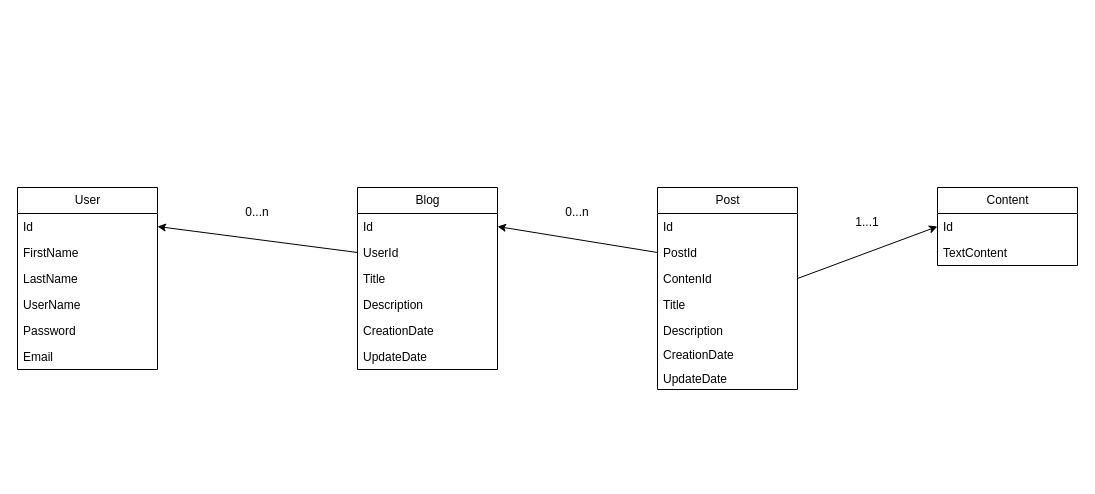
The draw.io diagram backend/database_schema.drawio in jlcastillog/BlogFlow, before the edit. Source tidied: cells renumbered, new cells numbered last; positions are measured from the earlier drawing's top-left corner, leaving out a move shared by most shapes. Both pictures are drawn from the tidied source at 100%, with x=0, y=0 at pixel (17, 187).
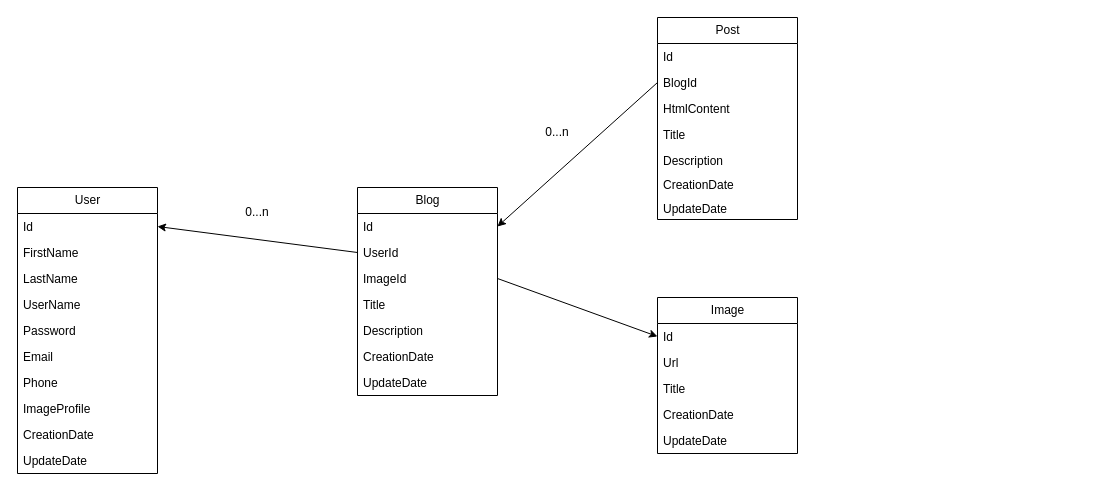
Above is the later version.

Commit message:
doc: update database schema documentation

The edit, as a diff of the source:
```diff
@@
     <mxCell id="2" value="User" style="swimlane;fontStyle=0;horizontal=1;startSize=26;fillColor=none;html=1;" parent="1" vertex="1">
-      <mxGeometry width="140" height="182" as="geometry" />
+      <mxGeometry width="140" height="286" as="geometry" />
     </mxCell>
@@
+    <mxCell id="33" value="Phone" style="text;strokeColor=none;fillColor=none;align=left;verticalAlign=top;spacingLeft=4;spacingRight=4;overflow=hidden;whiteSpace=wrap;html=1;" parent="2" vertex="1">
+      <mxGeometry y="182" width="140" height="26" as="geometry" />
+    </mxCell>
+    <mxCell id="34" value="ImageProfile" style="text;strokeColor=none;fillColor=none;align=left;verticalAlign=top;spacingLeft=4;spacingRight=4;overflow=hidden;whiteSpace=wrap;html=1;" parent="2" vertex="1">
+      <mxGeometry y="208" width="140" height="26" as="geometry" />
+    </mxCell>
+    <mxCell id="35" value="CreationDate" style="text;strokeColor=none;fillColor=none;align=left;verticalAlign=top;spacingLeft=4;spacingRight=4;overflow=hidden;whiteSpace=wrap;html=1;" parent="2" vertex="1">
+      <mxGeometry y="234" width="140" height="26" as="geometry" />
+    </mxCell>
+    <mxCell id="36" value="UpdateDate" style="text;strokeColor=none;fillColor=none;align=left;verticalAlign=top;spacingLeft=4;spacingRight=4;overflow=hidden;whiteSpace=wrap;html=1;" parent="2" vertex="1">
+      <mxGeometry y="260" width="140" height="26" as="geometry" />
+    </mxCell>
     <mxCell id="9" value="Blog" style="swimlane;fontStyle=0;horizontal=1;startSize=26;fillColor=none;html=1;" parent="1" vertex="1">
-      <mxGeometry x="340" width="140" height="182" as="geometry" />
+      <mxGeometry x="340" width="140" height="208" as="geometry" />
     </mxCell>
@@
+    <mxCell id="37" value="ImageId" style="text;strokeColor=none;fillColor=none;align=left;verticalAlign=top;spacingLeft=4;spacingRight=4;overflow=hidden;points=[[0,0.5],[1,0.5]];portConstraint=eastwest;whiteSpace=wrap;html=1;" parent="9" vertex="1">
+      <mxGeometry y="78" width="140" height="26" as="geometry" />
+    </mxCell>
     <mxCell id="12" value="Title" style="text;strokeColor=none;fillColor=none;align=left;verticalAlign=top;spacingLeft=4;spacingRight=4;overflow=hidden;whiteSpace=wrap;html=1;" parent="9" vertex="1">
-      <mxGeometry y="78" width="140" height="26" as="geometry" />
+      <mxGeometry y="104" width="140" height="26" as="geometry" />
     </mxCell>
     <mxCell id="13" value="Description" style="text;strokeColor=none;fillColor=none;align=left;verticalAlign=top;spacingLeft=4;spacingRight=4;overflow=hidden;whiteSpace=wrap;html=1;" parent="9" vertex="1">
-      <mxGeometry y="104" width="140" height="26" as="geometry" />
+      <mxGeometry y="130" width="140" height="26" as="geometry" />
     </mxCell>
     <mxCell id="14" value="CreationDate" style="text;strokeColor=none;fillColor=none;align=left;verticalAlign=top;spacingLeft=4;spacingRight=4;overflow=hidden;whiteSpace=wrap;html=1;" parent="9" vertex="1">
-      <mxGeometry y="130" width="140" height="26" as="geometry" />
+      <mxGeometry y="156" width="140" height="26" as="geometry" />
     </mxCell>
     <mxCell id="15" value="UpdateDate" style="text;strokeColor=none;fillColor=none;align=left;verticalAlign=top;spacingLeft=4;spacingRight=4;overflow=hidden;whiteSpace=wrap;html=1;" parent="9" vertex="1">
-      <mxGeometry y="156" width="140" height="26" as="geometry" />
+      <mxGeometry y="182" width="140" height="26" as="geometry" />
     </mxCell>
     <mxCell id="16" value="Post" style="swimlane;fontStyle=0;horizontal=1;startSize=26;fillColor=none;html=1;" parent="1" vertex="1">
-      <mxGeometry x="640" width="140" height="202" as="geometry" />
+      <mxGeometry x="640" y="-170" width="140" height="202" as="geometry" />
     </mxCell>
@@
-    <mxCell id="18" value="PostId" style="text;strokeColor=none;fillColor=none;align=left;verticalAlign=top;spacingLeft=4;spacingRight=4;overflow=hidden;points=[[0,0.5],[1,0.5]];portConstraint=eastwest;whiteSpace=wrap;html=1;" parent="16" vertex="1">
+    <mxCell id="18" value="Blog&lt;span style=&quot;background-color: transparent;&quot;&gt;Id&lt;/span&gt;" style="text;strokeColor=none;fillColor=none;align=left;verticalAlign=top;spacingLeft=4;spacingRight=4;overflow=hidden;points=[[0,0.5],[1,0.5]];portConstraint=eastwest;whiteSpace=wrap;html=1;" parent="16" vertex="1">
       <mxGeometry y="52" width="140" height="26" as="geometry" />
     </mxCell>
-    <mxCell id="19" value="ContenId" style="text;strokeColor=none;fillColor=none;align=left;verticalAlign=top;spacingLeft=4;spacingRight=4;overflow=hidden;points=[[0,0.5],[1,0.5]];portConstraint=eastwest;whiteSpace=wrap;html=1;" parent="16" vertex="1">
+    <mxCell id="19" value="HtmlContent" style="text;strokeColor=none;fillColor=none;align=left;verticalAlign=top;spacingLeft=4;spacingRight=4;overflow=hidden;points=[[0,0.5],[1,0.5]];portConstraint=eastwest;whiteSpace=wrap;html=1;" parent="16" vertex="1">
       <mxGeometry y="78" width="140" height="26" as="geometry" />
     </mxCell>
@@
-    <mxCell id="24" value="Content" style="swimlane;fontStyle=0;horizontal=1;startSize=26;fillColor=none;html=1;" parent="1" vertex="1">
-      <mxGeometry x="920" width="140" height="78" as="geometry" />
-    </mxCell>
-    <mxCell id="25" value="Id" style="text;strokeColor=none;fillColor=none;align=left;verticalAlign=top;spacingLeft=4;spacingRight=4;overflow=hidden;points=[[0,0.5],[1,0.5]];portConstraint=eastwest;whiteSpace=wrap;html=1;" parent="24" vertex="1">
-      <mxGeometry y="26" width="140" height="26" as="geometry" />
-    </mxCell>
-    <mxCell id="26" value="TextContent" style="text;strokeColor=none;fillColor=none;align=left;verticalAlign=top;spacingLeft=4;spacingRight=4;overflow=hidden;whiteSpace=wrap;html=1;" parent="24" vertex="1">
-      <mxGeometry y="52" width="140" height="26" as="geometry" />
-    </mxCell>
@@
-    <mxCell id="29" style="endArrow=classic;html=1;exitX=1;exitY=0.5;exitDx=0;exitDy=0;entryX=0;entryY=0.5;entryDx=0;entryDy=0;" parent="1" edge="1" source="19" target="25">
-      <mxGeometry relative="1" as="geometry" />
-    </mxCell>
@@
     <mxCell id="31" value="0...n" style="text;html=1;strokeColor=none;fillColor=none;align=center;verticalAlign=middle;whiteSpace=wrap;rounded=0;" parent="1" vertex="1">
-      <mxGeometry x="530" y="10" width="60" height="30" as="geometry" />
+      <mxGeometry x="510" y="-70" width="60" height="30" as="geometry" />
     </mxCell>
-    <mxCell id="32" value="1...1" style="text;html=1;strokeColor=none;fillColor=none;align=center;verticalAlign=middle;whiteSpace=wrap;rounded=0;" parent="1" vertex="1">
-      <mxGeometry x="820" y="20" width="60" height="30" as="geometry" />
-    </mxCell>
+    <mxCell id="38" value="Image" style="swimlane;fontStyle=0;horizontal=1;startSize=26;fillColor=none;html=1;" parent="1" vertex="1">
+      <mxGeometry x="640" y="110" width="140" height="156" as="geometry" />
+    </mxCell>
+    <mxCell id="25" value="Id" style="text;strokeColor=none;fillColor=none;align=left;verticalAlign=top;spacingLeft=4;spacingRight=4;overflow=hidden;points=[[0,0.5],[1,0.5]];portConstraint=eastwest;whiteSpace=wrap;html=1;" parent="38" vertex="1">
+      <mxGeometry y="26" width="140" height="26" as="geometry" />
+    </mxCell>
+    <mxCell id="39" value="Url" style="text;strokeColor=none;fillColor=none;align=left;verticalAlign=top;spacingLeft=4;spacingRight=4;overflow=hidden;whiteSpace=wrap;html=1;" parent="38" vertex="1">
+      <mxGeometry y="52" width="140" height="26" as="geometry" />
+    </mxCell>
+    <mxCell id="40" value="Title" style="text;strokeColor=none;fillColor=none;align=left;verticalAlign=top;spacingLeft=4;spacingRight=4;overflow=hidden;whiteSpace=wrap;html=1;" parent="38" vertex="1">
+      <mxGeometry y="78" width="140" height="26" as="geometry" />
+    </mxCell>
+    <mxCell id="41" value="CreationDate" style="text;strokeColor=none;fillColor=none;align=left;verticalAlign=top;spacingLeft=4;spacingRight=4;overflow=hidden;whiteSpace=wrap;html=1;" parent="38" vertex="1">
+      <mxGeometry y="104" width="140" height="26" as="geometry" />
+    </mxCell>
+    <mxCell id="42" value="UpdateDate" style="text;strokeColor=none;fillColor=none;align=left;verticalAlign=top;spacingLeft=4;spacingRight=4;overflow=hidden;whiteSpace=wrap;html=1;" parent="38" vertex="1">
+      <mxGeometry y="130" width="140" height="26" as="geometry" />
+    </mxCell>
+    <mxCell id="43" style="endArrow=classic;html=1;entryX=0;entryY=0.5;entryDx=0;entryDy=0;exitX=1;exitY=0.5;exitDx=0;exitDy=0;" parent="1" edge="1" source="37" target="25">
+      <mxGeometry relative="1" as="geometry" />
+    </mxCell>
```
